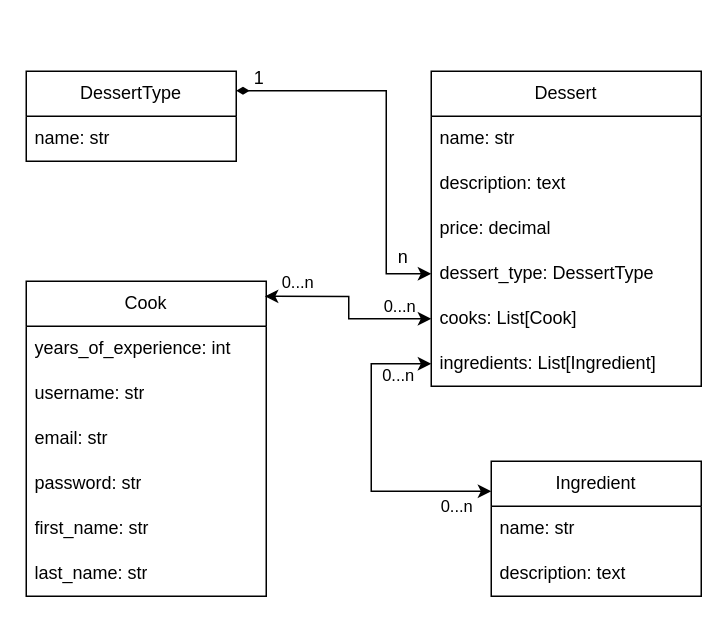
This is Desserts_hub.drawio from Liliyakhu/desserts-hub, a draw.io file, before an edit. Source tidied: cells renumbered, new cells numbered last; positions are measured from the earlier drawing's top-left corner, leaving out a move shared by most shapes. Both pictures are drawn from the tidied source at 150%, with x=0, y=0 at pixel (26, 56).
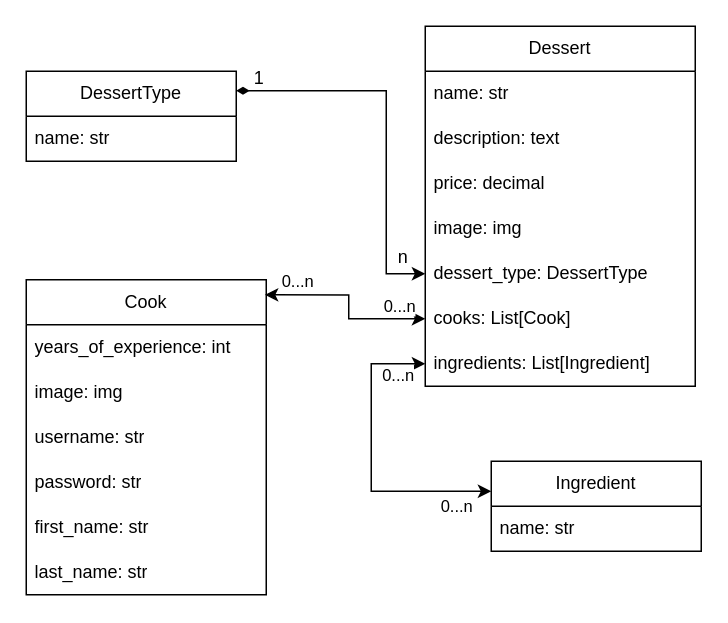
After the change.

Change to the diagram source:
```diff
@@
     <mxCell id="2" value="Dessert" style="swimlane;fontStyle=0;horizontal=1;startSize=30;whiteSpace=wrap;html=1;" parent="1" vertex="1">
-      <mxGeometry x="270" y="10" width="180" height="210" as="geometry" />
+      <mxGeometry x="266" y="-20" width="180" height="240" as="geometry" />
     </mxCell>
@@
+    <mxCell id="30" value="image: img" style="text;strokeColor=none;fillColor=none;align=left;verticalAlign=middle;spacingLeft=4;spacingRight=4;overflow=hidden;whiteSpace=wrap;html=1;" parent="2" vertex="1">
+      <mxGeometry y="120" width="180" height="30" as="geometry" />
+    </mxCell>
     <mxCell id="6" value="dessert_type: DessertType" style="text;strokeColor=none;fillColor=none;align=left;verticalAlign=middle;spacingLeft=4;spacingRight=4;overflow=hidden;points=[[0,0.5],[1,0.5]];portConstraint=eastwest;whiteSpace=wrap;html=1;" parent="2" vertex="1">
-      <mxGeometry y="120" width="180" height="30" as="geometry" />
+      <mxGeometry y="150" width="180" height="30" as="geometry" />
     </mxCell>
     <mxCell id="7" value="cooks: List[Cook]" style="text;strokeColor=none;fillColor=none;align=left;verticalAlign=middle;spacingLeft=4;spacingRight=4;overflow=hidden;points=[[0,0.5],[1,0.5]];portConstraint=eastwest;whiteSpace=wrap;html=1;" parent="2" vertex="1">
-      <mxGeometry y="150" width="180" height="30" as="geometry" />
+      <mxGeometry y="180" width="180" height="30" as="geometry" />
     </mxCell>
     <mxCell id="8" value="ingredients: List[Ingredient]" style="text;strokeColor=none;fillColor=none;align=left;verticalAlign=middle;spacingLeft=4;spacingRight=4;overflow=hidden;points=[[0,0.5],[1,0.5]];portConstraint=eastwest;whiteSpace=wrap;html=1;" parent="2" vertex="1">
-      <mxGeometry y="180" width="180" height="30" as="geometry" />
+      <mxGeometry y="210" width="180" height="30" as="geometry" />
     </mxCell>
@@
     <mxCell id="11" value="Cook" style="swimlane;fontStyle=0;horizontal=1;startSize=30;whiteSpace=wrap;html=1;" parent="1" vertex="1">
-      <mxGeometry y="150" width="160" height="210" as="geometry" />
+      <mxGeometry y="149" width="160" height="210" as="geometry" />
     </mxCell>
@@
+    <mxCell id="31" value="image: img" style="text;strokeColor=none;fillColor=none;align=left;verticalAlign=middle;spacingLeft=4;spacingRight=4;overflow=hidden;whiteSpace=wrap;html=1;" parent="11" vertex="1">
+      <mxGeometry y="60" width="160" height="30" as="geometry" />
+    </mxCell>
     <mxCell id="13" value="username: str" style="text;strokeColor=none;fillColor=none;align=left;verticalAlign=middle;spacingLeft=4;spacingRight=4;overflow=hidden;whiteSpace=wrap;html=1;" parent="11" vertex="1">
-      <mxGeometry y="60" width="160" height="30" as="geometry" />
+      <mxGeometry y="90" width="160" height="30" as="geometry" />
     </mxCell>
-    <mxCell id="14" value="email: str" style="text;strokeColor=none;fillColor=none;align=left;verticalAlign=middle;spacingLeft=4;spacingRight=4;overflow=hidden;whiteSpace=wrap;html=1;" parent="11" vertex="1">
-      <mxGeometry y="90" width="160" height="30" as="geometry" />
-    </mxCell>
@@
     <mxCell id="18" value="Ingredient" style="swimlane;fontStyle=0;horizontal=1;startSize=30;whiteSpace=wrap;html=1;" parent="1" vertex="1">
-      <mxGeometry x="310" y="270" width="140" height="90" as="geometry" />
+      <mxGeometry x="310" y="270" width="140" height="60" as="geometry" />
     </mxCell>
@@
-    <mxCell id="20" value="description: text" style="text;strokeColor=none;fillColor=none;align=left;verticalAlign=middle;spacingLeft=4;spacingRight=4;overflow=hidden;whiteSpace=wrap;html=1;" parent="18" vertex="1">
-      <mxGeometry y="60" width="140" height="30" as="geometry" />
-    </mxCell>
```
